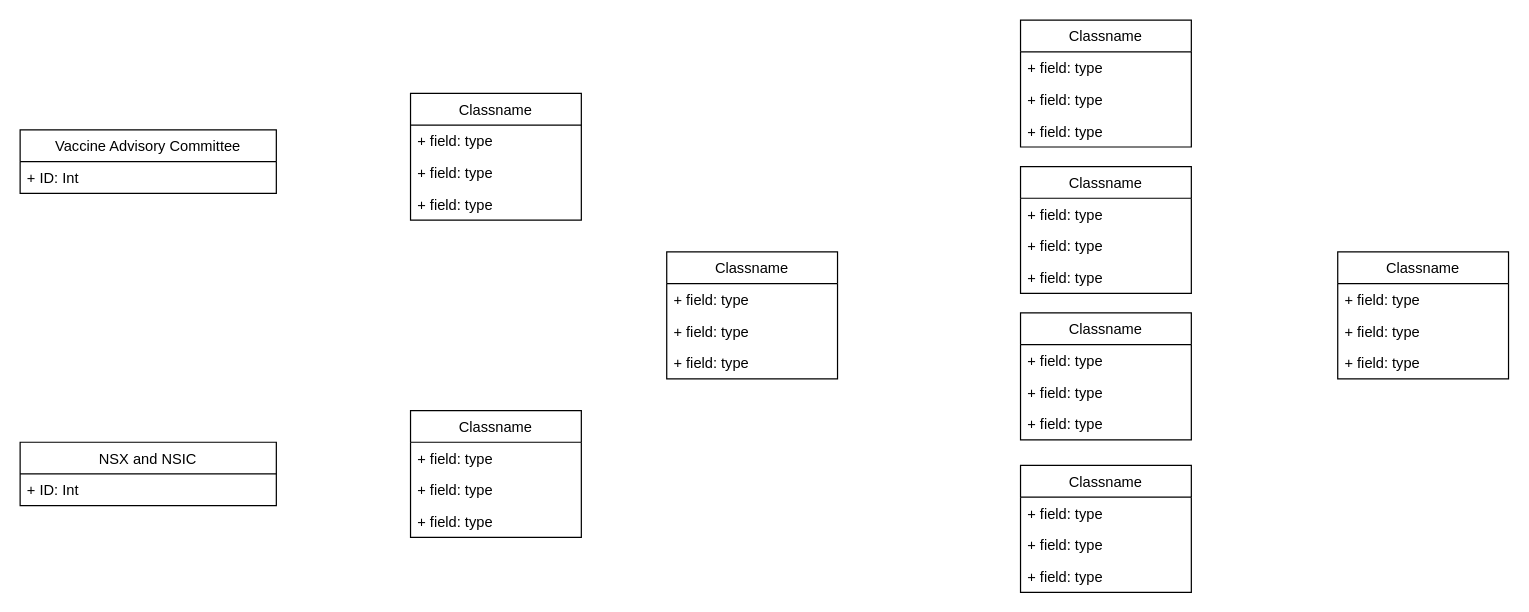
This is class.drawio from forthegame/ANU2024, a draw.io file, before an edit. Source tidied: cells renumbered, new cells numbered last; positions are measured from the earlier drawing's top-left corner, leaving out a move shared by most shapes. Both pictures are drawn from the tidied source at 122%, with x=0, y=0 at pixel (20, 20).
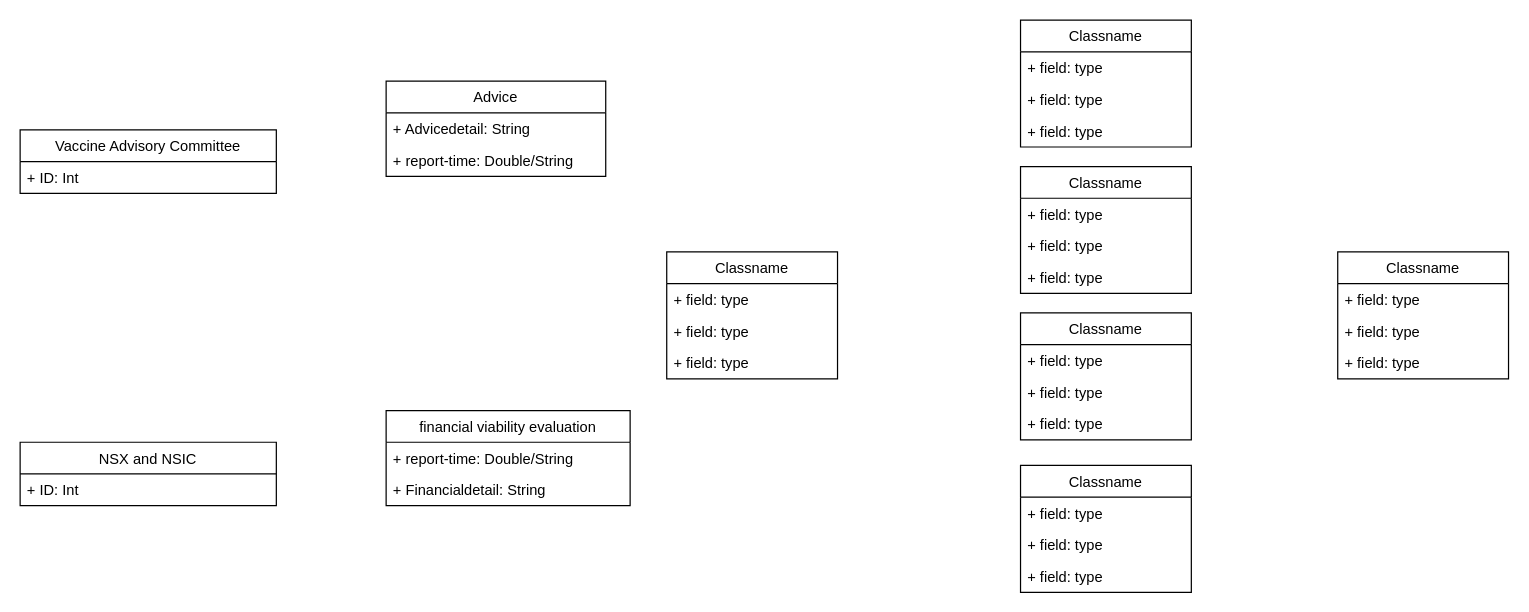
The same diagram, later.

Change to the diagram source:
```diff
@@
-    <mxCell id="26" value="Classname" style="swimlane;fontStyle=0;horizontal=1;startSize=26;fillColor=none;" parent="1" vertex="1">
-      <mxGeometry x="320" y="60" width="140" height="104" as="geometry" />
+    <mxCell id="26" value="Advice" style="swimlane;fontStyle=0;horizontal=1;startSize=26;fillColor=none;" parent="1" vertex="1">
+      <mxGeometry x="300" y="50" width="180" height="78" as="geometry" />
     </mxCell>
-    <mxCell id="27" value="+ field: type" style="text;strokeColor=none;fillColor=none;align=left;verticalAlign=top;spacingLeft=4;spacingRight=4;overflow=hidden;" parent="26" vertex="1">
-      <mxGeometry y="26" width="140" height="26" as="geometry" />
-    </mxCell>
-    <mxCell id="28" value="+ field: type" style="text;strokeColor=none;fillColor=none;align=left;verticalAlign=top;spacingLeft=4;spacingRight=4;overflow=hidden;" parent="26" vertex="1">
-      <mxGeometry y="52" width="140" height="26" as="geometry" />
+    <mxCell id="28" value="+ Advicedetail: String" style="text;strokeColor=none;fillColor=none;align=left;verticalAlign=top;spacingLeft=4;spacingRight=4;overflow=hidden;" parent="26" vertex="1">
+      <mxGeometry y="26" width="180" height="26" as="geometry" />
     </mxCell>
-    <mxCell id="29" value="+ field: type" style="text;strokeColor=none;fillColor=none;align=left;verticalAlign=top;spacingLeft=4;spacingRight=4;overflow=hidden;" parent="26" vertex="1">
-      <mxGeometry y="78" width="140" height="26" as="geometry" />
+    <mxCell id="29" value="+ report-time: Double/String" style="text;strokeColor=none;fillColor=none;align=left;verticalAlign=top;spacingLeft=4;spacingRight=4;overflow=hidden;" parent="26" vertex="1">
+      <mxGeometry y="52" width="180" height="26" as="geometry" />
     </mxCell>
-    <mxCell id="30" value="Classname" style="swimlane;fontStyle=0;horizontal=1;startSize=26;fillColor=none;" parent="1" vertex="1">
-      <mxGeometry x="320" y="320" width="140" height="104" as="geometry" />
+    <mxCell id="30" value="financial viability evaluation" style="swimlane;fontStyle=0;horizontal=1;startSize=26;fillColor=none;" parent="1" vertex="1">
+      <mxGeometry x="300" y="320" width="200" height="78" as="geometry" />
     </mxCell>
-    <mxCell id="31" value="+ field: type" style="text;strokeColor=none;fillColor=none;align=left;verticalAlign=top;spacingLeft=4;spacingRight=4;overflow=hidden;" parent="30" vertex="1">
-      <mxGeometry y="26" width="140" height="26" as="geometry" />
-    </mxCell>
-    <mxCell id="32" value="+ field: type" style="text;strokeColor=none;fillColor=none;align=left;verticalAlign=top;spacingLeft=4;spacingRight=4;overflow=hidden;" parent="30" vertex="1">
-      <mxGeometry y="52" width="140" height="26" as="geometry" />
+    <mxCell id="32" value="+ report-time: Double/String" style="text;strokeColor=none;fillColor=none;align=left;verticalAlign=top;spacingLeft=4;spacingRight=4;overflow=hidden;" parent="30" vertex="1">
+      <mxGeometry y="26" width="200" height="26" as="geometry" />
     </mxCell>
-    <mxCell id="33" value="+ field: type" style="text;strokeColor=none;fillColor=none;align=left;verticalAlign=top;spacingLeft=4;spacingRight=4;overflow=hidden;" parent="30" vertex="1">
-      <mxGeometry y="78" width="140" height="26" as="geometry" />
+    <mxCell id="33" value="+ Financialdetail: String" style="text;strokeColor=none;fillColor=none;align=left;verticalAlign=top;spacingLeft=4;spacingRight=4;overflow=hidden;" parent="30" vertex="1">
+      <mxGeometry y="52" width="200" height="26" as="geometry" />
     </mxCell>
```
